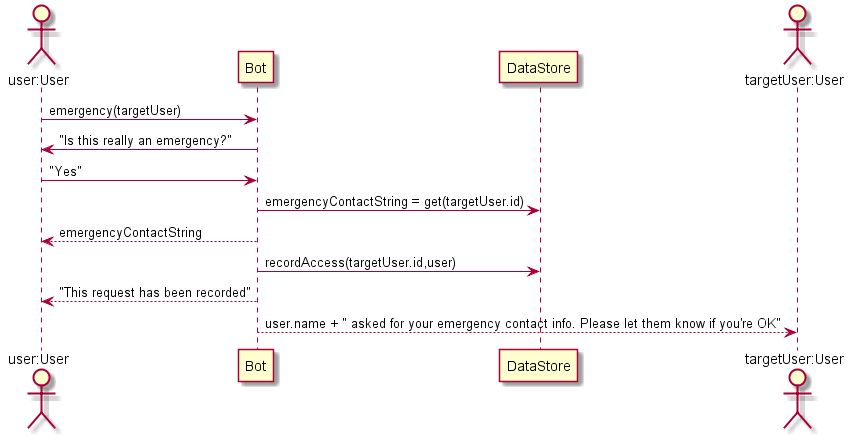
Above: dynamic_emergency.png in surgeforward/911bot (PlantUML), before the change.
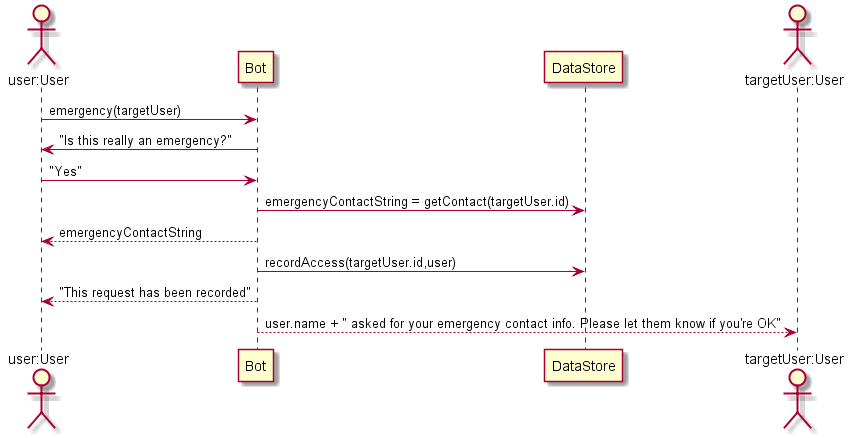
After the commit.

Change to the diagram source:
```diff
@@ -4,7 +4,7 @@
 User -> Bot: emergency(targetUser)
 Bot -> User: "Is this really an emergency?"
 User -> Bot: "Yes"
-Bot -> DataStore: emergencyContactString = get(targetUser.id)
+Bot -> DataStore: emergencyContactString = getContact(targetUser.id)
 Bot --> User: emergencyContactString
 Bot -> DataStore: recordAccess(targetUser.id,user)
 Bot --> User: "This request has been recorded"
```
